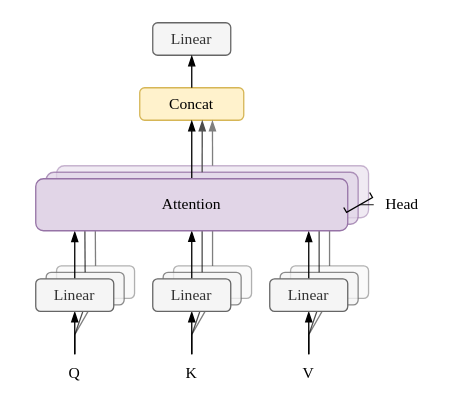
Earlier version of the draw.io diagram machine-learning/Transformer.drawio (zhaicao/images). Source tidied: cells renumbered, new cells numbered last; positions are measured from the earlier drawing's top-left corner, leaving out a move shared by most shapes. Both pictures are drawn from the tidied source at 130%, with x=0, y=0 at pixel (22, 22).
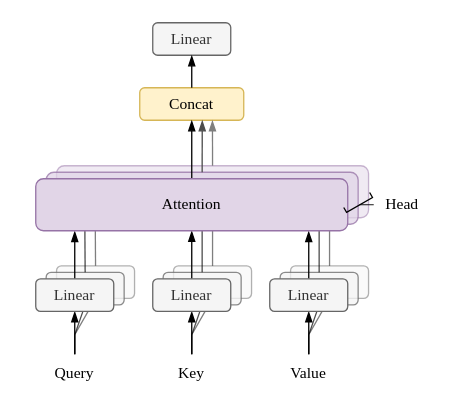
The same diagram, later.

Change to the diagram source:
```diff
@@
-    <mxCell id="9" value="Q" style="text;html=1;align=center;verticalAlign=middle;whiteSpace=wrap;rounded=0;fontFamily=Times New Roman;fontSize=12;" parent="1" vertex="1">
+    <mxCell id="9" value="Query" style="text;html=1;align=center;verticalAlign=middle;whiteSpace=wrap;rounded=0;fontFamily=Times New Roman;fontSize=12;" parent="1" vertex="1">
       <mxGeometry y="255" width="80" height="30" as="geometry" />
     </mxCell>
-    <mxCell id="10" value="K" style="text;html=1;align=center;verticalAlign=middle;whiteSpace=wrap;rounded=0;fontFamily=Times New Roman;fontSize=12;" parent="1" vertex="1">
+    <mxCell id="10" value="Key" style="text;html=1;align=center;verticalAlign=middle;whiteSpace=wrap;rounded=0;fontFamily=Times New Roman;fontSize=12;" parent="1" vertex="1">
       <mxGeometry x="90" y="255" width="80" height="30" as="geometry" />
     </mxCell>
-    <mxCell id="11" value="V" style="text;html=1;align=center;verticalAlign=middle;whiteSpace=wrap;rounded=0;fontFamily=Times New Roman;fontSize=12;" parent="1" vertex="1">
+    <mxCell id="11" value="Value" style="text;html=1;align=center;verticalAlign=middle;whiteSpace=wrap;rounded=0;fontFamily=Times New Roman;fontSize=12;" parent="1" vertex="1">
       <mxGeometry x="180" y="255" width="80" height="30" as="geometry" />
     </mxCell>
```
